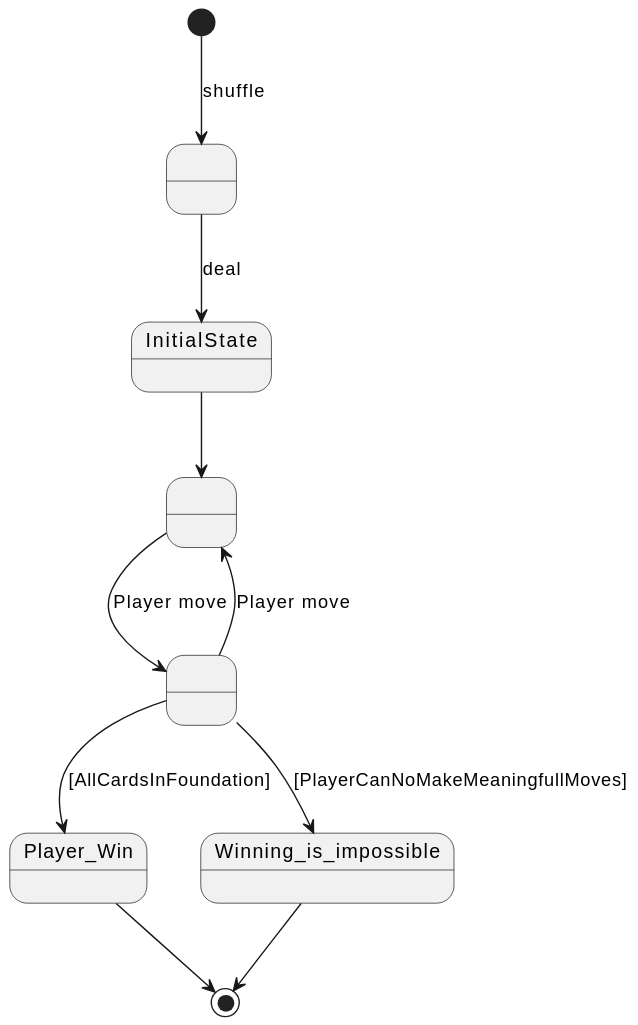
The PlantUML diagram tech-dom-svg/game-klondike/docs/images/Instructions.svg in USantaTecla-ed-mpds/lab-chomsky, before a commit.
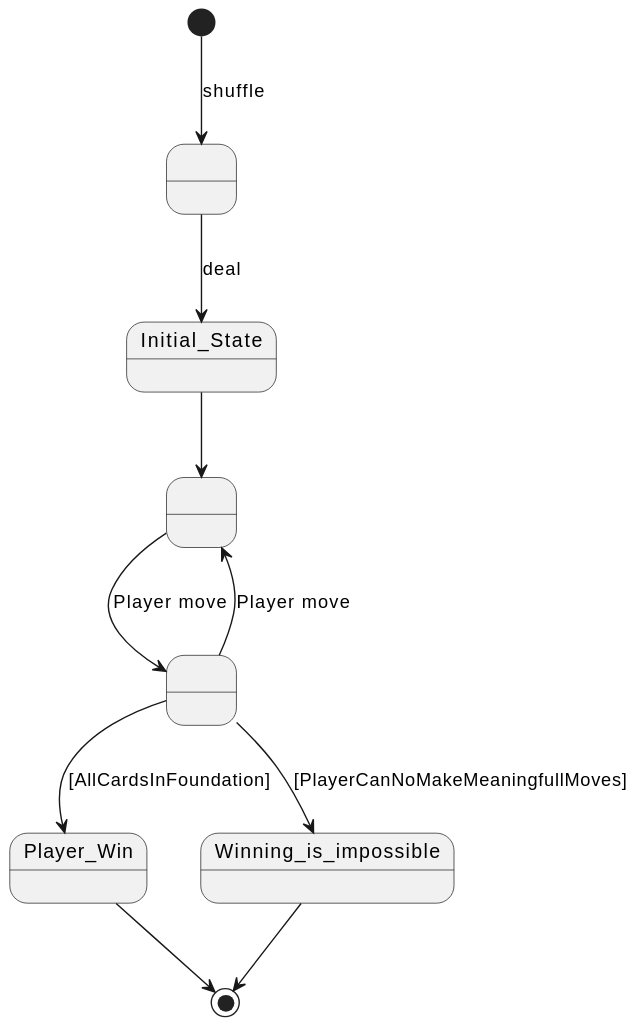
After the change.

Commit message:
Add Klondike domain model

The edit, as a diff of the source:
```diff
@@ -1,5 +1,5 @@
 @startuml
-state InitialState as "InitialState"
+state InitialState as "Initial_State"
 state Shuffled as " "
 state InsertA as " "
 state InsertB as " "
```
